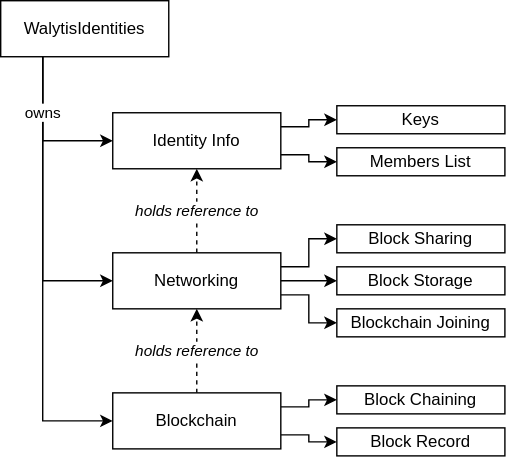
The draw.io diagram WalytisIdentities/2-HowItWorks/NetworkingArchitecture.drawio.svg in emendir/WalytisTechnologies, before a commit. Source tidied: cells renumbered, new cells last; positions are measured from the earlier drawing's top-left corner, leaving out a move shared by most shapes. The source it was exported from:
```xml
<mxGraphModel>
  <root>
    <mxCell id="0" />
    <mxCell id="1" parent="0" />
    <mxCell id="2" style="edgeStyle=orthogonalEdgeStyle;rounded=0;jettySize=auto;html=1;exitX=0.25;exitY=1;exitDx=0;exitDy=0;entryX=0;entryY=0.5;entryDx=0;entryDy=0;" parent="1" edge="1" source="4" target="11">
      <mxGeometry relative="1" as="geometry" />
    </mxCell>
    <mxCell id="3" style="edgeStyle=orthogonalEdgeStyle;rounded=0;jettySize=auto;html=1;exitX=0.25;exitY=1;exitDx=0;exitDy=0;entryX=0;entryY=0.5;entryDx=0;entryDy=0;" parent="1" edge="1" source="4" target="15">
      <mxGeometry relative="1" as="geometry" />
    </mxCell>
    <mxCell id="4" value="WalytisIdentities" style="rounded=0;whiteSpace=wrap;html=1;" parent="1" vertex="1">
      <mxGeometry width="120" height="40" as="geometry" />
    </mxCell>
    <mxCell id="5" style="edgeStyle=orthogonalEdgeStyle;rounded=0;jettySize=auto;html=1;exitX=1;exitY=0.25;exitDx=0;exitDy=0;" parent="1" edge="1" source="7" target="23">
      <mxGeometry relative="1" as="geometry" />
    </mxCell>
    <mxCell id="6" style="edgeStyle=orthogonalEdgeStyle;rounded=0;jettySize=auto;html=1;exitX=1;exitY=0.75;exitDx=0;exitDy=0;" parent="1" edge="1" source="7" target="24">
      <mxGeometry relative="1" as="geometry" />
    </mxCell>
    <mxCell id="7" value="Identity Info" style="rounded=0;whiteSpace=wrap;html=1;" parent="1" vertex="1">
      <mxGeometry x="80" y="80" width="120" height="40" as="geometry" />
    </mxCell>
    <mxCell id="8" value="&lt;i&gt;holds reference to&lt;/i&gt;" style="edgeStyle=orthogonalEdgeStyle;rounded=0;jettySize=auto;html=1;exitX=0.5;exitY=0;exitDx=0;exitDy=0;dashed=1;" parent="1" edge="1" source="11" target="7">
      <mxGeometry relative="1" as="geometry" />
    </mxCell>
    <mxCell id="9" style="edgeStyle=orthogonalEdgeStyle;rounded=0;jettySize=auto;html=1;exitX=1;exitY=0.25;exitDx=0;exitDy=0;" parent="1" edge="1" source="11" target="17">
      <mxGeometry relative="1" as="geometry" />
    </mxCell>
    <mxCell id="10" style="edgeStyle=orthogonalEdgeStyle;rounded=0;jettySize=auto;html=1;exitX=1;exitY=0.75;exitDx=0;exitDy=0;entryX=0;entryY=0.5;entryDx=0;entryDy=0;" parent="1" edge="1" source="11" target="18">
      <mxGeometry relative="1" as="geometry" />
    </mxCell>
    <mxCell id="11" value="Networking" style="rounded=0;whiteSpace=wrap;html=1;" parent="1" vertex="1">
      <mxGeometry x="80" y="180" width="120" height="40" as="geometry" />
    </mxCell>
    <mxCell id="12" value="&lt;i&gt;holds reference to&lt;/i&gt;" style="edgeStyle=orthogonalEdgeStyle;rounded=0;jettySize=auto;html=1;exitX=0.5;exitY=0;exitDx=0;exitDy=0;entryX=0.5;entryY=1;entryDx=0;entryDy=0;dashed=1;" parent="1" edge="1" source="15" target="11">
      <mxGeometry relative="1" as="geometry" />
    </mxCell>
    <mxCell id="13" style="edgeStyle=orthogonalEdgeStyle;rounded=0;jettySize=auto;html=1;exitX=1;exitY=0.25;exitDx=0;exitDy=0;" parent="1" edge="1" source="15" target="19">
      <mxGeometry relative="1" as="geometry" />
    </mxCell>
    <mxCell id="14" style="edgeStyle=orthogonalEdgeStyle;rounded=0;jettySize=auto;html=1;exitX=1;exitY=0.75;exitDx=0;exitDy=0;" parent="1" edge="1" source="15" target="20">
      <mxGeometry relative="1" as="geometry" />
    </mxCell>
    <mxCell id="15" value="Blockchain" style="rounded=0;whiteSpace=wrap;html=1;" parent="1" vertex="1">
      <mxGeometry x="80" y="280" width="120" height="40" as="geometry" />
    </mxCell>
    <mxCell id="16" value="owns" style="edgeStyle=orthogonalEdgeStyle;rounded=0;jettySize=auto;html=1;exitX=0.25;exitY=1;exitDx=0;exitDy=0;entryX=0;entryY=0.5;entryDx=0;entryDy=0;" parent="1" edge="1" source="4" target="7">
      <mxGeometry x="-0.27" relative="1" as="geometry" />
    </mxCell>
    <mxCell id="17" value="Block Sharing" style="rounded=0;whiteSpace=wrap;html=1;" parent="1" vertex="1">
      <mxGeometry x="240" y="160" width="120" height="20" as="geometry" />
    </mxCell>
    <mxCell id="18" value="Blockchain Joining" style="rounded=0;whiteSpace=wrap;html=1;" parent="1" vertex="1">
      <mxGeometry x="240" y="220" width="120" height="20" as="geometry" />
    </mxCell>
    <mxCell id="19" value="Block Chaining" style="rounded=0;whiteSpace=wrap;html=1;" parent="1" vertex="1">
      <mxGeometry x="240" y="275" width="120" height="20" as="geometry" />
    </mxCell>
    <mxCell id="20" value="Block Record" style="rounded=0;whiteSpace=wrap;html=1;" parent="1" vertex="1">
      <mxGeometry x="240" y="305" width="120" height="20" as="geometry" />
    </mxCell>
    <mxCell id="21" style="edgeStyle=orthogonalEdgeStyle;rounded=0;jettySize=auto;html=1;exitX=1;exitY=0.5;exitDx=0;exitDy=0;" parent="1" edge="1" source="11" target="22">
      <mxGeometry relative="1" as="geometry" />
    </mxCell>
    <mxCell id="22" value="Block Storage" style="rounded=0;whiteSpace=wrap;html=1;" parent="1" vertex="1">
      <mxGeometry x="240" y="190" width="120" height="20" as="geometry" />
    </mxCell>
    <mxCell id="23" value="Keys" style="rounded=0;whiteSpace=wrap;html=1;" parent="1" vertex="1">
      <mxGeometry x="240" y="75" width="120" height="20" as="geometry" />
    </mxCell>
    <mxCell id="24" value="Members List" style="rounded=0;whiteSpace=wrap;html=1;" parent="1" vertex="1">
      <mxGeometry x="240" y="105" width="120" height="20" as="geometry" />
    </mxCell>
  </root>
</mxGraphModel>
```
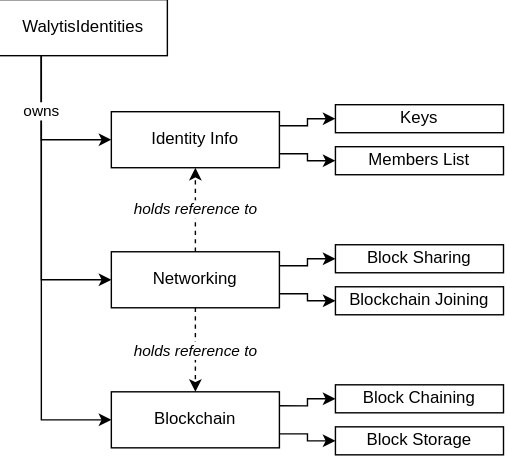
The same file after the commit.

Change to the diagram source:
```diff
@@ -32,13 +32,13 @@
     <mxCell id="11" value="Networking" style="rounded=0;whiteSpace=wrap;html=1;" parent="1" vertex="1">
       <mxGeometry x="80" y="180" width="120" height="40" as="geometry" />
     </mxCell>
-    <mxCell id="12" value="&lt;i&gt;holds reference to&lt;/i&gt;" style="edgeStyle=orthogonalEdgeStyle;rounded=0;jettySize=auto;html=1;exitX=0.5;exitY=0;exitDx=0;exitDy=0;entryX=0.5;entryY=1;entryDx=0;entryDy=0;dashed=1;" parent="1" edge="1" source="15" target="11">
+    <mxCell id="12" value="&lt;i&gt;holds reference to&lt;/i&gt;" style="edgeStyle=orthogonalEdgeStyle;rounded=0;jettySize=auto;html=1;entryX=0.5;entryY=0;entryDx=0;entryDy=0;dashed=1;exitX=0.5;exitY=1;exitDx=0;exitDy=0;" parent="1" edge="1" source="11" target="15">
       <mxGeometry relative="1" as="geometry" />
     </mxCell>
     <mxCell id="13" style="edgeStyle=orthogonalEdgeStyle;rounded=0;jettySize=auto;html=1;exitX=1;exitY=0.25;exitDx=0;exitDy=0;" parent="1" edge="1" source="15" target="19">
       <mxGeometry relative="1" as="geometry" />
     </mxCell>
-    <mxCell id="14" style="edgeStyle=orthogonalEdgeStyle;rounded=0;jettySize=auto;html=1;exitX=1;exitY=0.75;exitDx=0;exitDy=0;" parent="1" edge="1" source="15" target="20">
+    <mxCell id="14" style="edgeStyle=orthogonalEdgeStyle;rounded=0;jettySize=auto;html=1;exitX=1;exitY=0.75;exitDx=0;exitDy=0;entryX=0;entryY=0.5;entryDx=0;entryDy=0;" parent="1" edge="1" source="15" target="22">
       <mxGeometry relative="1" as="geometry" />
     </mxCell>
     <mxCell id="15" value="Blockchain" style="rounded=0;whiteSpace=wrap;html=1;" parent="1" vertex="1">
@@ -48,22 +48,16 @@
       <mxGeometry x="-0.27" relative="1" as="geometry" />
     </mxCell>
     <mxCell id="17" value="Block Sharing" style="rounded=0;whiteSpace=wrap;html=1;" parent="1" vertex="1">
-      <mxGeometry x="240" y="160" width="120" height="20" as="geometry" />
+      <mxGeometry x="240" y="175" width="120" height="20" as="geometry" />
     </mxCell>
     <mxCell id="18" value="Blockchain Joining" style="rounded=0;whiteSpace=wrap;html=1;" parent="1" vertex="1">
-      <mxGeometry x="240" y="220" width="120" height="20" as="geometry" />
+      <mxGeometry x="240" y="205" width="120" height="20" as="geometry" />
     </mxCell>
     <mxCell id="19" value="Block Chaining" style="rounded=0;whiteSpace=wrap;html=1;" parent="1" vertex="1">
       <mxGeometry x="240" y="275" width="120" height="20" as="geometry" />
     </mxCell>
-    <mxCell id="20" value="Block Record" style="rounded=0;whiteSpace=wrap;html=1;" parent="1" vertex="1">
-      <mxGeometry x="240" y="305" width="120" height="20" as="geometry" />
-    </mxCell>
-    <mxCell id="21" style="edgeStyle=orthogonalEdgeStyle;rounded=0;jettySize=auto;html=1;exitX=1;exitY=0.5;exitDx=0;exitDy=0;" parent="1" edge="1" source="11" target="22">
-      <mxGeometry relative="1" as="geometry" />
-    </mxCell>
     <mxCell id="22" value="Block Storage" style="rounded=0;whiteSpace=wrap;html=1;" parent="1" vertex="1">
-      <mxGeometry x="240" y="190" width="120" height="20" as="geometry" />
+      <mxGeometry x="240" y="305" width="120" height="20" as="geometry" />
     </mxCell>
     <mxCell id="23" value="Keys" style="rounded=0;whiteSpace=wrap;html=1;" parent="1" vertex="1">
       <mxGeometry x="240" y="75" width="120" height="20" as="geometry" />
```
